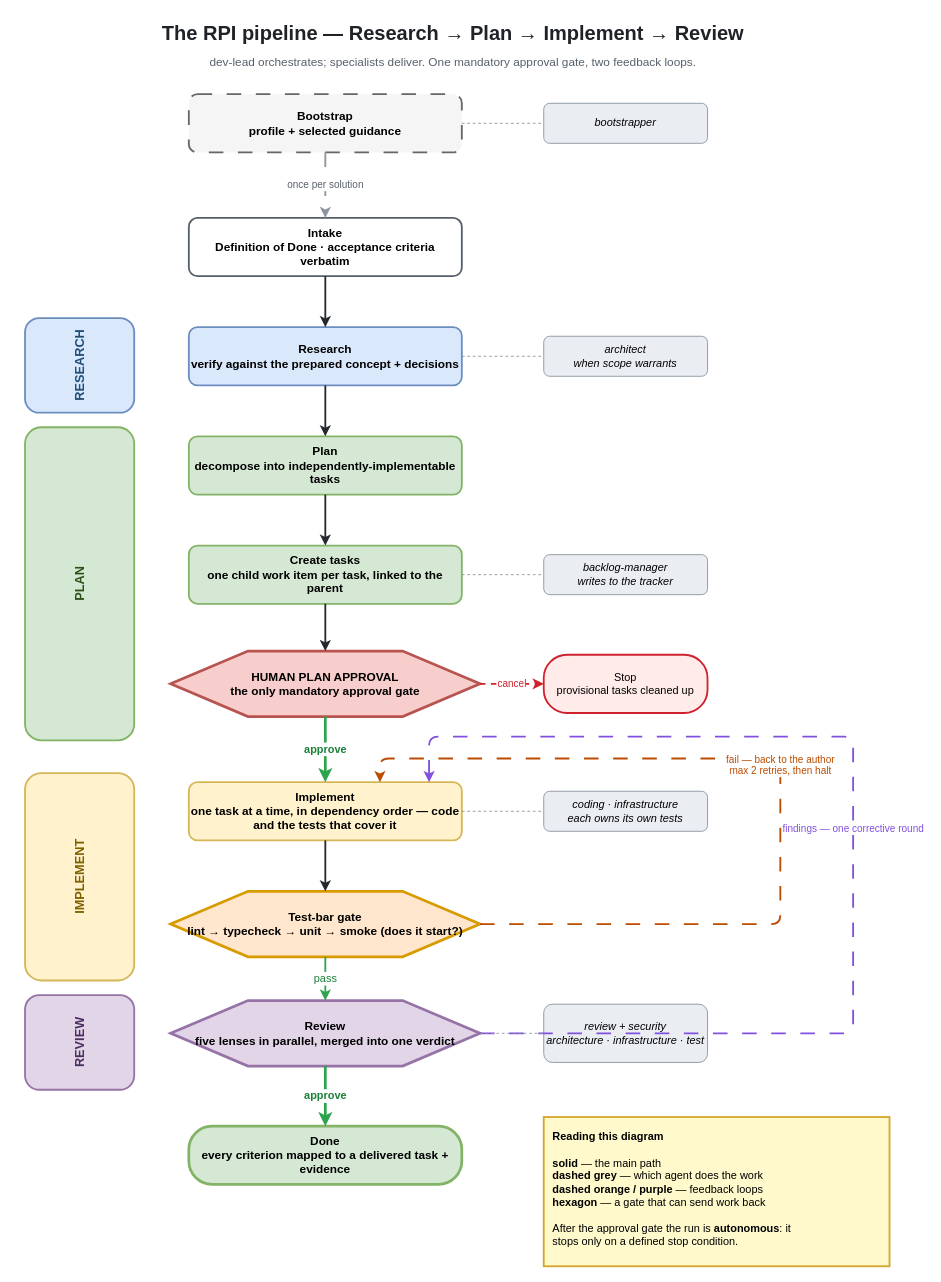
Above: docs/assets/rpi-pipeline.drawio in hoffe86/agile-agents (draw.io), before the change. Source tidied: cells renumbered, new cells numbered last; positions are measured from the earlier drawing's top-left corner, leaving out a move shared by most shapes. Both pictures are drawn from the tidied source at 91%, with x=0, y=0 at pixel (15, 15).
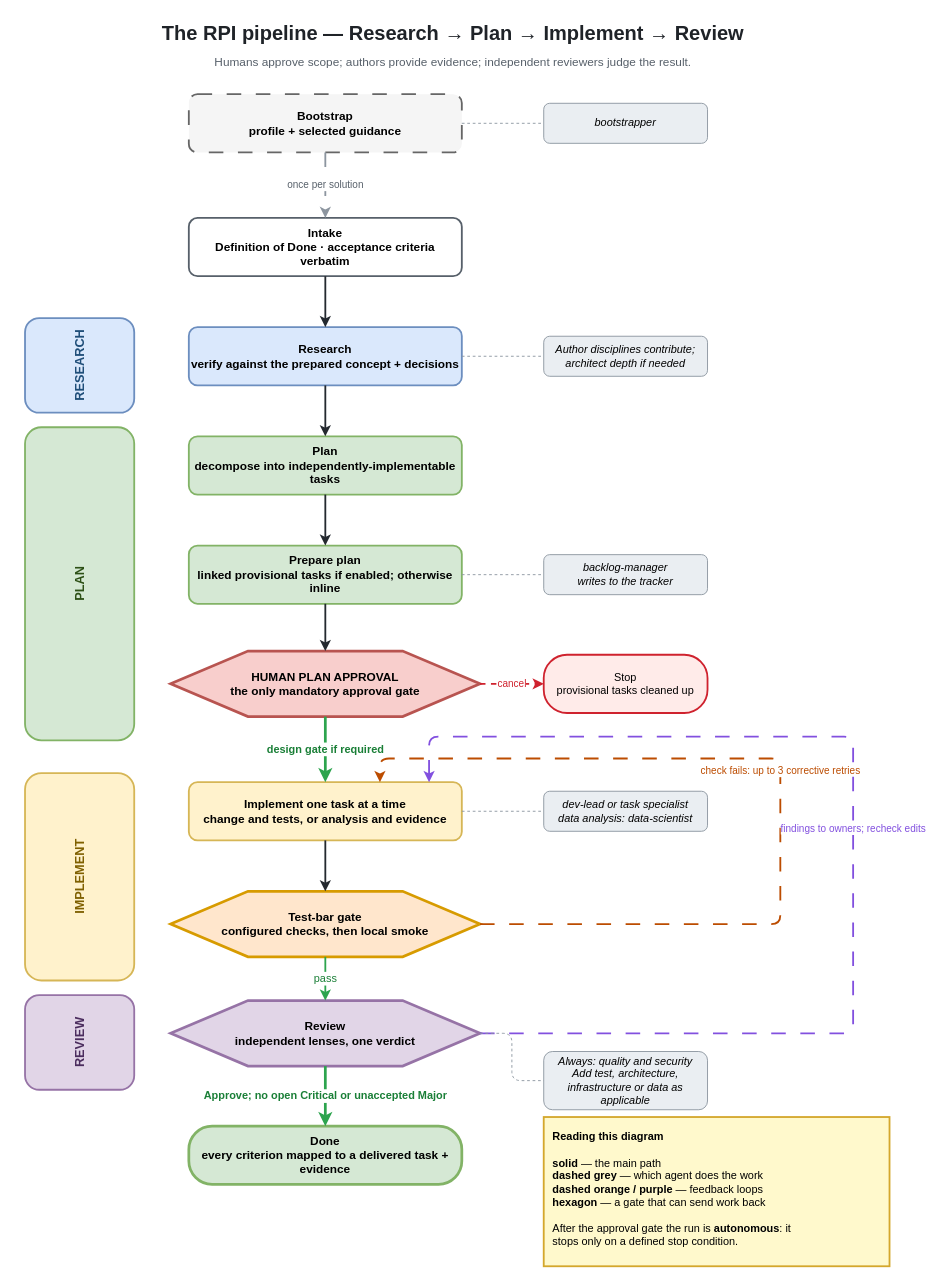
After the change.

The change refers to these unchanged cells:
```xml
<mxCell id="13" value="HUMAN PLAN APPROVAL&#10;the only mandatory approval gate" style="shape=hexagon;perimeter=hexagonPerimeter2;whiteSpace=wrap;html=1;fillColor=#f8cecc;strokeColor=#b85450;strokeWidth=3;fontSize=13;fontStyle=1;" parent="1" vertex="1">
  <mxGeometry x="170" y="698" width="340" height="72" as="geometry" />
</mxCell>
<mxCell id="18" value="Done&#10;every criterion mapped to a delivered task + evidence" style="rounded=1;arcSize=40;whiteSpace=wrap;html=1;fillColor=#d5e8d4;strokeColor=#82b366;strokeWidth=3;fontSize=13;fontStyle=1;" parent="1" vertex="1">
  <mxGeometry x="190" y="1220" width="300" height="64" as="geometry" />
</mxCell>
```

What changed in the source:
```diff
@@
-    <mxCell id="3" value="dev-lead orchestrates; specialists deliver. One mandatory approval gate, two feedback loops." style="text;html=1;align=center;verticalAlign=middle;fontSize=13;fontColor=#57606a;" parent="1" vertex="1">
+    <mxCell id="3" value="Humans approve scope; authors provide evidence; independent reviewers judge the result." style="text;html=1;align=center;verticalAlign=middle;fontSize=13;fontColor=#57606a;" parent="1" vertex="1">
       <mxGeometry y="38" width="960" height="24" as="geometry" />
     </mxCell>
@@
-    <mxCell id="12" value="Create tasks&#10;one child work item per task, linked to the parent" style="rounded=1;whiteSpace=wrap;html=1;fillColor=#d5e8d4;strokeColor=#82b366;strokeWidth=2;fontSize=13;fontStyle=1;" parent="1" vertex="1">
+    <mxCell id="12" value="Prepare plan&lt;br&gt;linked provisional tasks if enabled; otherwise inline" style="rounded=1;whiteSpace=wrap;html=1;fillColor=#d5e8d4;strokeColor=#82b366;strokeWidth=2;fontSize=13;fontStyle=1;" parent="1" vertex="1">
       <mxGeometry x="190" y="582" width="300" height="64" as="geometry" />
     </mxCell>
@@
-    <mxCell id="15" value="Implement&#10;one task at a time, in dependency order — code and the tests that cover it" style="rounded=1;whiteSpace=wrap;html=1;fillColor=#fff2cc;strokeColor=#d6b656;strokeWidth=2;fontSize=13;fontStyle=1;" parent="1" vertex="1">
+    <mxCell id="15" value="Implement one task at a time&lt;br&gt;change and tests, or analysis and evidence" style="rounded=1;whiteSpace=wrap;html=1;fillColor=#fff2cc;strokeColor=#d6b656;strokeWidth=2;fontSize=13;fontStyle=1;" parent="1" vertex="1">
       <mxGeometry x="190" y="842" width="300" height="64" as="geometry" />
     </mxCell>
-    <mxCell id="16" value="Test-bar gate&#10;lint → typecheck → unit → smoke (does it start?)" style="shape=hexagon;perimeter=hexagonPerimeter2;whiteSpace=wrap;html=1;fillColor=#ffe6cc;strokeColor=#d79b00;strokeWidth=3;fontSize=13;fontStyle=1;" parent="1" vertex="1">
+    <mxCell id="16" value="Test-bar gate&lt;br&gt;configured checks, then local smoke" style="shape=hexagon;perimeter=hexagonPerimeter2;whiteSpace=wrap;html=1;fillColor=#ffe6cc;strokeColor=#d79b00;strokeWidth=3;fontSize=13;fontStyle=1;" parent="1" vertex="1">
       <mxGeometry x="170" y="962" width="340" height="72" as="geometry" />
     </mxCell>
-    <mxCell id="17" value="Review&#10;five lenses in parallel, merged into one verdict" style="shape=hexagon;perimeter=hexagonPerimeter2;whiteSpace=wrap;html=1;fillColor=#e1d5e7;strokeColor=#9673a6;strokeWidth=3;fontSize=13;fontStyle=1;" parent="1" vertex="1">
+    <mxCell id="17" value="Review&lt;br&gt;independent lenses, one verdict" style="shape=hexagon;perimeter=hexagonPerimeter2;whiteSpace=wrap;html=1;fillColor=#e1d5e7;strokeColor=#9673a6;strokeWidth=3;fontSize=13;fontStyle=1;" parent="1" vertex="1">
       <mxGeometry x="170" y="1082" width="340" height="72" as="geometry" />
     </mxCell>
@@
-    <mxCell id="20" value="architect&#10;when scope warrants" style="rounded=1;whiteSpace=wrap;html=1;fillColor=#eaeef2;strokeColor=#8c959f;fontSize=12;fontStyle=2;" parent="1" vertex="1">
+    <mxCell id="20" value="Author disciplines contribute;&lt;br&gt;architect depth if needed" style="rounded=1;whiteSpace=wrap;html=1;fillColor=#eaeef2;strokeColor=#8c959f;fontSize=12;fontStyle=2;" parent="1" vertex="1">
       <mxGeometry x="580" y="352" width="180" height="44" as="geometry" />
     </mxCell>
@@
-    <mxCell id="22" value="coding · infrastructure&#10;each owns its own tests" style="rounded=1;whiteSpace=wrap;html=1;fillColor=#eaeef2;strokeColor=#8c959f;fontSize=12;fontStyle=2;" parent="1" vertex="1">
+    <mxCell id="22" value="dev-lead or task specialist&lt;br&gt;data analysis: data-scientist" style="rounded=1;whiteSpace=wrap;html=1;fillColor=#eaeef2;strokeColor=#8c959f;fontSize=12;fontStyle=2;" parent="1" vertex="1">
       <mxGeometry x="580" y="852" width="180" height="44" as="geometry" />
     </mxCell>
-    <mxCell id="23" value="review + security&#10;architecture · infrastructure · test" style="rounded=1;whiteSpace=wrap;html=1;fillColor=#eaeef2;strokeColor=#8c959f;fontSize=12;fontStyle=2;" parent="1" vertex="1">
-      <mxGeometry x="580" y="1086" width="180" height="64" as="geometry" />
+    <mxCell id="23" value="Always: quality and security&lt;br&gt;Add test, architecture, infrastructure or data as applicable" style="rounded=1;whiteSpace=wrap;html=1;fillColor=#eaeef2;strokeColor=#8c959f;fontSize=12;fontStyle=2;" parent="1" vertex="1">
+      <mxGeometry x="580" y="1138" width="180" height="64" as="geometry" />
     </mxCell>
@@
-    <mxCell id="30" value="approve" style="edgeStyle=orthogonalEdgeStyle;rounded=1;html=1;strokeWidth=3;strokeColor=#2da44e;fontSize=12;fontStyle=1;fontColor=#1a7f37;" parent="1" edge="1" source="13" target="15">
+    <mxCell id="30" value="design gate if required" style="edgeStyle=orthogonalEdgeStyle;rounded=1;html=1;strokeWidth=3;strokeColor=#2da44e;fontSize=12;fontStyle=1;fontColor=#1a7f37;" parent="1" edge="1" source="13" target="15">
       <mxGeometry relative="1" as="geometry" />
     </mxCell>
@@
-    <mxCell id="33" value="approve" style="edgeStyle=orthogonalEdgeStyle;rounded=1;html=1;strokeWidth=3;strokeColor=#2da44e;fontSize=12;fontStyle=1;fontColor=#1a7f37;" parent="1" edge="1" source="17" target="18">
+    <mxCell id="33" value="Approve; no open Critical or unaccepted Major" style="edgeStyle=orthogonalEdgeStyle;rounded=1;html=1;labelBackgroundColor=#ffffff;strokeWidth=3;strokeColor=#2da44e;fontSize=12;fontStyle=1;fontColor=#1a7f37;" parent="1" edge="1" source="17" target="18">
       <mxGeometry relative="1" as="geometry" />
     </mxCell>
-    <mxCell id="34" value="fail — back to the author&#10;max 2 retries, then halt" style="edgeStyle=orthogonalEdgeStyle;rounded=1;html=1;strokeWidth=2;strokeColor=#bc4c00;dashed=1;dashPattern=8 8;fontSize=11;fontColor=#bc4c00;exitX=1;exitY=0.5;exitDx=0;exitDy=0;entryX=0.7;entryY=0;entryDx=0;entryDy=0;verticalAlign=bottom;" parent="1" edge="1" source="16" target="15">
+    <mxCell id="34" value="check fails: up to 3 corrective retries" style="edgeStyle=orthogonalEdgeStyle;rounded=1;html=1;strokeWidth=2;strokeColor=#bc4c00;dashed=1;dashPattern=8 8;fontSize=11;fontColor=#bc4c00;exitX=1;exitY=0.5;exitDx=0;exitDy=0;entryX=0.7;entryY=0;entryDx=0;entryDy=0;verticalAlign=bottom;" parent="1" edge="1" source="16" target="15">
       <mxGeometry relative="1" as="geometry">
         <Array as="points">
           <mxPoint x="840" y="998" />
           <mxPoint x="840" y="816" />
           <mxPoint x="400" y="816" />
         </Array>
       </mxGeometry>
     </mxCell>
-    <mxCell id="35" value="findings — one corrective round" style="edgeStyle=orthogonalEdgeStyle;rounded=1;html=1;strokeWidth=2;strokeColor=#8250df;dashed=1;dashPattern=8 8;fontSize=11;fontColor=#8250df;exitX=1;exitY=0.5;exitDx=0;exitDy=0;entryX=0.88;entryY=0;entryDx=0;entryDy=0;verticalAlign=bottom;" parent="1" edge="1" source="17" target="15">
+    <mxCell id="35" value="findings to owners; recheck edits" style="edgeStyle=orthogonalEdgeStyle;rounded=1;html=1;strokeWidth=2;strokeColor=#8250df;dashed=1;dashPattern=8 8;fontSize=11;fontColor=#8250df;exitX=1;exitY=0.5;exitDx=0;exitDy=0;entryX=0.88;entryY=0;entryDx=0;entryDy=0;verticalAlign=bottom;" parent="1" edge="1" source="17" target="15">
       <mxGeometry relative="1" as="geometry">
         <Array as="points">
           <mxPoint x="920" y="1118" />
           <mxPoint x="920" y="792" />
           <mxPoint x="454" y="792" />
         </Array>
       </mxGeometry>
     </mxCell>
```
